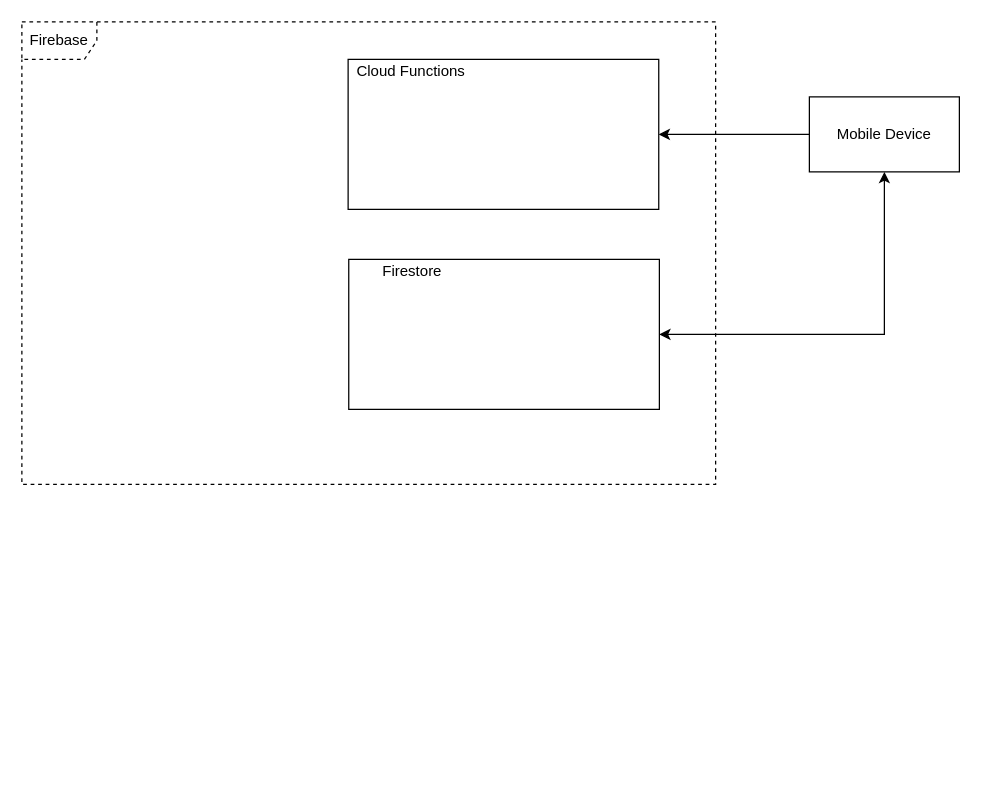
Earlier version of the draw.io diagram page "Logical View" (1 of 4) of 4 + 1 Diagrams.drawio (lbrown51/Global-Tactics-Mobile). Source tidied: cells renumbered, new cells numbered last; positions are measured from the earlier drawing's top-left corner, leaving out a move shared by most shapes. Both pictures are drawn from the tidied source at 125%, with x=0, y=0 at pixel (21, 21).
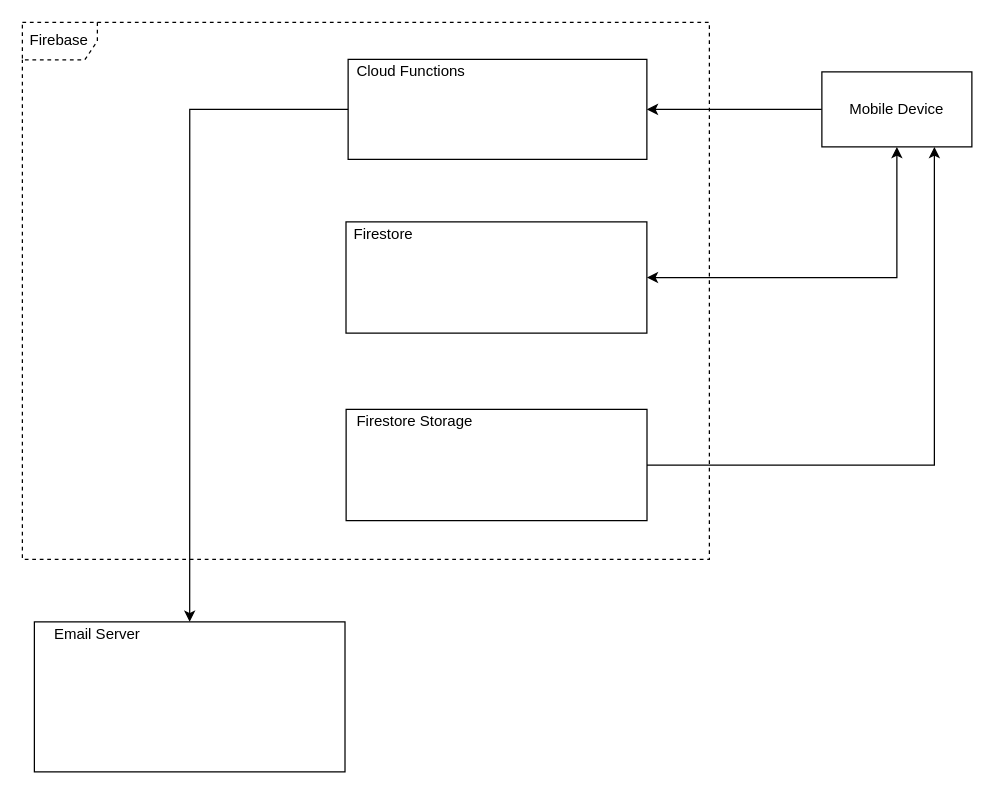
The same page after the edit.

The edit, as a diff of the source:
```diff
@@
 <mxGraphModel>
   <root>
     <mxCell id="0" />
     <mxCell id="1" parent="0" />
     <mxCell id="2" style="group;" parent="1" vertex="1">
-      <mxGeometry x="40" y="60" width="515" height="310" as="geometry" />
+      <mxGeometry x="40" y="70" width="510" height="360" as="geometry" />
     </mxCell>
     <mxCell id="3" value="Firebase" style="shape=umlFrame;whiteSpace=wrap;html=1;dashed=1;gradientColor=#ffffff;" parent="2" vertex="1">
-      <mxGeometry x="-40" y="-60" width="555" height="370" as="geometry" />
+      <mxGeometry x="-39.6" y="-69.7" width="549.6" height="429.7" as="geometry" />
     </mxCell>
     <mxCell id="4" style="html=1;gradientColor=#ffffff;align=left;" parent="2" vertex="1">
-      <mxGeometry x="221.5" y="130" width="248.5" height="120" as="geometry" />
+      <mxGeometry x="219.3" y="90" width="240.7" height="89" as="geometry" />
     </mxCell>
     <mxCell id="5" value="Firestore" style="text;html=1;align=center;verticalAlign=middle;fillColor=none;strokeColor=none;rounded=0;dashed=1;" parent="2" vertex="1">
-      <mxGeometry x="241.5" y="130" width="60" height="20" as="geometry" />
+      <mxGeometry x="219.3" y="90" width="60" height="20" as="geometry" />
     </mxCell>
+    <mxCell id="12" style="html=1;gradientColor=#ffffff;align=left;" parent="2" vertex="1">
+      <mxGeometry x="219.4" y="240" width="240.7" height="89" as="geometry" />
+    </mxCell>
+    <mxCell id="13" value="Firestore Storage" style="text;html=1;align=center;verticalAlign=middle;fillColor=none;strokeColor=none;rounded=0;dashed=1;" parent="2" vertex="1">
+      <mxGeometry x="219.3" y="240" width="110" height="20" as="geometry" />
+    </mxCell>
+    <mxCell id="9" style="group;" parent="2" vertex="1">
+      <mxGeometry x="221" y="-40" width="239" height="80" as="geometry" />
+    </mxCell>
+    <mxCell id="10" style="html=1;gradientColor=#ffffff;align=left;" parent="9" vertex="1">
+      <mxGeometry width="239" height="80" as="geometry" />
+    </mxCell>
+    <mxCell id="11" value="Cloud Functions" style="text;html=1;align=center;verticalAlign=middle;fillColor=none;strokeColor=none;rounded=0;dashed=1;" parent="9" vertex="1">
+      <mxGeometry width="100" height="20" as="geometry" />
+    </mxCell>
     <mxCell id="6" style="edgeStyle=orthogonalEdgeStyle;rounded=0;jettySize=auto;html=1;startArrow=none;startFill=0;" parent="1" edge="1" source="8" target="10">
       <mxGeometry relative="1" as="geometry" />
     </mxCell>
     <mxCell id="7" style="edgeStyle=orthogonalEdgeStyle;rounded=0;jettySize=auto;html=1;exitX=0.5;exitY=1;exitDx=0;exitDy=0;entryX=1;entryY=0.5;entryDx=0;entryDy=0;startArrow=classic;startFill=1;" parent="1" edge="1" source="8" target="4">
       <mxGeometry relative="1" as="geometry" />
     </mxCell>
     <mxCell id="8" value="Mobile Device" style="rounded=0;whiteSpace=wrap;html=1;gradientColor=#ffffff;" parent="1" vertex="1">
-      <mxGeometry x="630" y="60" width="120" height="60" as="geometry" />
+      <mxGeometry x="640" y="40" width="120" height="60" as="geometry" />
     </mxCell>
-    <mxCell id="9" style="group;" parent="1" vertex="1">
-      <mxGeometry x="261" y="30" width="248.5" height="120" as="geometry" />
-    </mxCell>
-    <mxCell id="10" style="html=1;gradientColor=#ffffff;align=left;" parent="9" vertex="1">
-      <mxGeometry width="248.5" height="120" as="geometry" />
-    </mxCell>
-    <mxCell id="11" value="Cloud Functions" style="text;html=1;align=center;verticalAlign=middle;fillColor=none;strokeColor=none;rounded=0;dashed=1;" parent="9" vertex="1">
-      <mxGeometry width="100" height="20" as="geometry" />
-    </mxCell>
+    <mxCell id="14" style="group;" parent="1" vertex="1">
+      <mxGeometry x="10" y="480" width="248.5" height="120" as="geometry" />
+    </mxCell>
+    <mxCell id="15" style="html=1;gradientColor=#ffffff;align=left;" parent="14" vertex="1">
+      <mxGeometry width="248.5" height="120" as="geometry" />
+    </mxCell>
+    <mxCell id="16" value="Email Server" style="text;html=1;align=center;verticalAlign=middle;fillColor=none;strokeColor=none;rounded=0;dashed=1;" parent="14" vertex="1">
+      <mxGeometry x="10" width="80" height="20" as="geometry" />
+    </mxCell>
+    <mxCell id="17" style="edgeStyle=orthogonalEdgeStyle;rounded=0;jettySize=auto;html=1;entryX=0.5;entryY=0;entryDx=0;entryDy=0;" parent="1" edge="1" source="10" target="15">
+      <mxGeometry relative="1" as="geometry" />
+    </mxCell>
+    <mxCell id="18" style="edgeStyle=orthogonalEdgeStyle;rounded=0;jettySize=auto;html=1;exitX=1;exitY=0.5;exitDx=0;exitDy=0;entryX=0.75;entryY=1;entryDx=0;entryDy=0;" parent="1" edge="1" source="12" target="8">
+      <mxGeometry relative="1" as="geometry" />
+    </mxCell>
   </root>
 </mxGraphModel>
```
